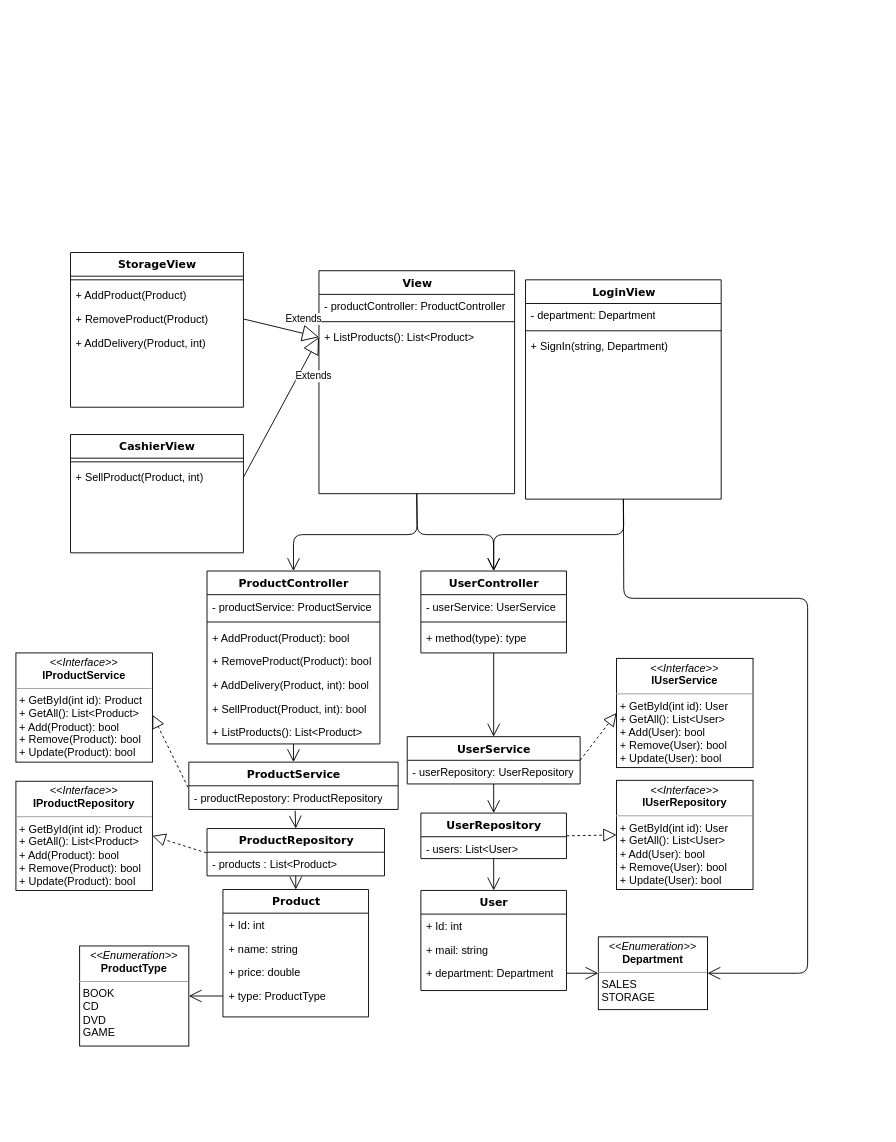
The draw.io diagram ClassDiagram_MediaShop.drawio in fabianfroding/.net-forms, before the edit. Source tidied: cells renumbered, new cells numbered last; positions are measured from the earlier drawing's top-left corner, leaving out a move shared by most shapes. Both pictures are drawn from the tidied source at 91%, with x=0, y=0 at pixel (15, 252).
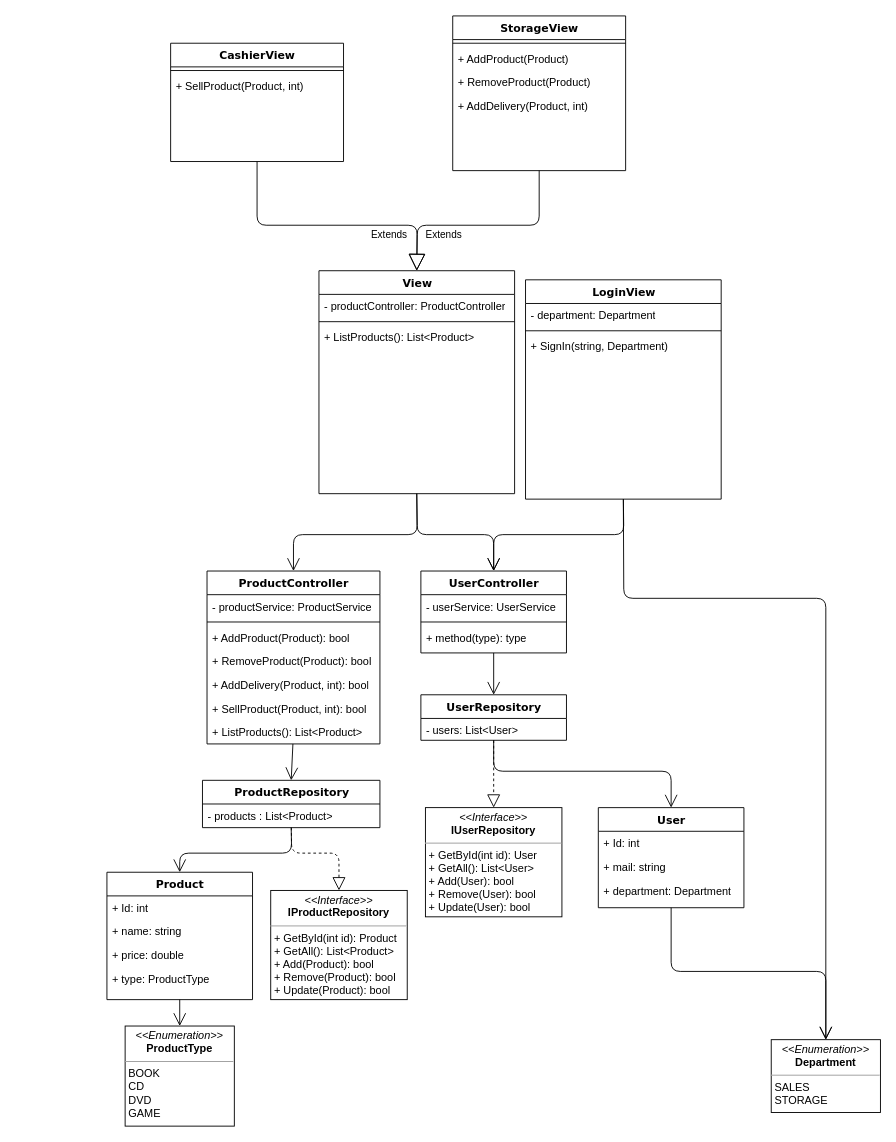
After the change.

Unchanged cells that the change refers to:
```xml
<mxCell id="6" value="+ type: ProductType" style="text;html=1;strokeColor=none;fillColor=none;align=left;verticalAlign=top;spacingLeft=4;spacingRight=4;whiteSpace=wrap;overflow=hidden;points=[[0,0.5],[1,0.5]];portConstraint=eastwest;" parent="2" vertex="1">
  <mxGeometry y="104" width="160" height="26" as="geometry" />
</mxCell>
<mxCell id="7" value="ProductController" style="swimlane;html=1;fontStyle=1;align=center;verticalAlign=top;horizontal=1;startSize=26;swimlaneFillColor=#ffffff;rounded=0;shadow=0;comic=0;labelBackgroundColor=none;strokeWidth=1;fillColor=none;fontFamily=Verdana;fontSize=12;" parent="1" vertex="1">
  <mxGeometry x="210" y="350" width="190" height="190" as="geometry" />
</mxCell>
<mxCell id="14" value="+ ListProducts(): List&amp;lt;Product&amp;gt;" style="text;html=1;strokeColor=none;fillColor=none;align=left;verticalAlign=top;spacingLeft=4;spacingRight=4;whiteSpace=wrap;overflow=hidden;points=[[0,0.5],[1,0.5]];portConstraint=eastwest;" parent="7" vertex="1">
  <mxGeometry y="164" width="190" height="26" as="geometry" />
</mxCell>
<mxCell id="15" value="UserController" style="swimlane;html=1;fontStyle=1;align=center;verticalAlign=top;horizontal=1;startSize=26;swimlaneFillColor=#ffffff;rounded=0;shadow=0;comic=0;labelBackgroundColor=none;strokeWidth=1;fillColor=none;fontFamily=Verdana;fontSize=12;" parent="1" vertex="1">
  <mxGeometry x="445" y="350" width="160" height="90" as="geometry" />
</mxCell>
<mxCell id="19" value="View" style="swimlane;html=1;fontStyle=1;align=center;verticalAlign=top;horizontal=1;startSize=26;swimlaneFillColor=#ffffff;rounded=0;shadow=0;comic=0;labelBackgroundColor=none;strokeWidth=1;fillColor=none;fontFamily=Verdana;fontSize=12;" parent="1" vertex="1">
  <mxGeometry x="333" y="20" width="215" height="245" as="geometry" />
</mxCell>
<mxCell id="22" value="+ ListProducts(): List&amp;lt;Product&amp;gt;" style="text;html=1;strokeColor=none;fillColor=none;align=left;verticalAlign=top;spacingLeft=4;spacingRight=4;whiteSpace=wrap;overflow=hidden;points=[[0,0.5],[1,0.5]];portConstraint=eastwest;" parent="19" vertex="1">
  <mxGeometry y="60" width="215" height="26" as="geometry" />
</mxCell>
<mxCell id="26" value="- products : List&amp;lt;Product&amp;gt;" style="text;html=1;strokeColor=none;fillColor=none;align=left;verticalAlign=top;spacingLeft=4;spacingRight=4;whiteSpace=wrap;overflow=hidden;points=[[0,0.5],[1,0.5]];portConstraint=eastwest;" parent="25" vertex="1">
  <mxGeometry y="26" width="195" height="26" as="geometry" />
</mxCell>
<mxCell id="30" value="- users: List&amp;lt;User&amp;gt;" style="text;html=1;strokeColor=none;fillColor=none;align=left;verticalAlign=top;spacingLeft=4;spacingRight=4;whiteSpace=wrap;overflow=hidden;points=[[0,0.5],[1,0.5]];portConstraint=eastwest;" parent="29" vertex="1">
  <mxGeometry y="26" width="160" height="24" as="geometry" />
</mxCell>
<mxCell id="48" value="+ RemoveProduct(Product)" style="text;html=1;strokeColor=none;fillColor=none;align=left;verticalAlign=top;spacingLeft=4;spacingRight=4;whiteSpace=wrap;overflow=hidden;points=[[0,0.5],[1,0.5]];portConstraint=eastwest;" parent="45" vertex="1">
  <mxGeometry y="60" width="190" height="26" as="geometry" />
</mxCell>
<mxCell id="52" value="+ SellProduct(Product, int)" style="text;html=1;strokeColor=none;fillColor=none;align=left;verticalAlign=top;spacingLeft=4;spacingRight=4;whiteSpace=wrap;overflow=hidden;points=[[0,0.5],[1,0.5]];portConstraint=eastwest;" parent="50" vertex="1">
  <mxGeometry y="34" width="190" height="26" as="geometry" />
</mxCell>
<mxCell id="58" value="+ department: Department" style="text;html=1;strokeColor=none;fillColor=none;align=left;verticalAlign=top;spacingLeft=4;spacingRight=4;whiteSpace=wrap;overflow=hidden;points=[[0,0.5],[1,0.5]];portConstraint=eastwest;" parent="55" vertex="1">
  <mxGeometry y="78" width="160" height="26" as="geometry" />
</mxCell>
<mxCell id="61" value="LoginView" style="swimlane;html=1;fontStyle=1;align=center;verticalAlign=top;horizontal=1;startSize=26;swimlaneFillColor=#ffffff;rounded=0;shadow=0;comic=0;labelBackgroundColor=none;strokeWidth=1;fillColor=none;fontFamily=Verdana;fontSize=12;" parent="1" vertex="1">
  <mxGeometry x="560" y="30" width="215" height="241" as="geometry" />
</mxCell>
```

Change to the diagram source:
```diff
@@
     <mxCell id="2" value="Product" style="swimlane;html=1;fontStyle=1;align=center;verticalAlign=top;horizontal=1;startSize=26;swimlaneFillColor=#ffffff;rounded=0;shadow=0;comic=0;labelBackgroundColor=none;strokeWidth=1;fillColor=none;fontFamily=Verdana;fontSize=12;" parent="1" vertex="1">
-      <mxGeometry x="227.5" y="700" width="160" height="140" as="geometry" />
+      <mxGeometry x="100" y="681" width="160" height="140" as="geometry" />
     </mxCell>
@@
-    <mxCell id="23" value="UserService" style="swimlane;html=1;fontStyle=1;align=center;verticalAlign=top;horizontal=1;startSize=26;swimlaneFillColor=#ffffff;rounded=0;shadow=0;comic=0;labelBackgroundColor=none;strokeWidth=1;fillColor=none;fontFamily=Verdana;fontSize=12;" parent="1" vertex="1">
-      <mxGeometry x="430" y="532" width="190" height="52" as="geometry" />
-    </mxCell>
-    <mxCell id="24" value="- userRepository: UserRepository" style="text;html=1;strokeColor=none;fillColor=none;align=left;verticalAlign=top;spacingLeft=4;spacingRight=4;whiteSpace=wrap;overflow=hidden;points=[[0,0.5],[1,0.5]];portConstraint=eastwest;" parent="23" vertex="1">
-      <mxGeometry y="26" width="190" height="26" as="geometry" />
-    </mxCell>
     <mxCell id="25" value="ProductRepository" style="swimlane;html=1;fontStyle=1;align=center;verticalAlign=top;horizontal=1;startSize=26;swimlaneFillColor=#ffffff;rounded=0;shadow=0;comic=0;labelBackgroundColor=none;strokeWidth=1;fillColor=none;fontFamily=Verdana;fontSize=12;" parent="1" vertex="1">
-      <mxGeometry x="210" y="633" width="195" height="52" as="geometry" />
+      <mxGeometry x="205" y="580" width="195" height="52" as="geometry" />
     </mxCell>
@@
-    <mxCell id="27" value="ProductService" style="swimlane;html=1;fontStyle=1;align=center;verticalAlign=top;horizontal=1;startSize=26;swimlaneFillColor=#ffffff;rounded=0;shadow=0;comic=0;labelBackgroundColor=none;strokeWidth=1;fillColor=none;fontFamily=Verdana;fontSize=12;" parent="1" vertex="1">
-      <mxGeometry x="190" y="560" width="230" height="52" as="geometry" />
-    </mxCell>
-    <mxCell id="28" value="- productRepostory: ProductRepository" style="text;html=1;strokeColor=none;fillColor=none;align=left;verticalAlign=top;spacingLeft=4;spacingRight=4;whiteSpace=wrap;overflow=hidden;points=[[0,0.5],[1,0.5]];portConstraint=eastwest;" parent="27" vertex="1">
-      <mxGeometry y="26" width="230" height="26" as="geometry" />
-    </mxCell>
     <mxCell id="29" value="UserRepository" style="swimlane;html=1;fontStyle=1;align=center;verticalAlign=top;horizontal=1;startSize=26;swimlaneFillColor=#ffffff;rounded=0;shadow=0;comic=0;labelBackgroundColor=none;strokeWidth=1;fillColor=none;fontFamily=Verdana;fontSize=12;" parent="1" vertex="1">
-      <mxGeometry x="445" y="616" width="160" height="50" as="geometry" />
+      <mxGeometry x="445" y="486" width="160" height="50" as="geometry" />
     </mxCell>
@@
-    <mxCell id="31" style="endArrow=open;endFill=1;endSize=12;html=1;entryX=0.5;entryY=0;entryDx=0;entryDy=0;exitX=0.5;exitY=1;exitDx=0;exitDy=0;" parent="1" edge="1" source="7" target="27">
-      <mxGeometry relative="1" as="geometry" />
-    </mxCell>
-    <mxCell id="32" style="endArrow=open;endFill=1;endSize=12;html=1;entryX=0.5;entryY=0;entryDx=0;entryDy=0;exitX=0.508;exitY=1.054;exitDx=0;exitDy=0;exitPerimeter=0;" parent="1" edge="1" source="28" target="25">
+    <mxCell id="32" style="endArrow=open;endFill=1;endSize=12;html=1;entryX=0.5;entryY=0;entryDx=0;entryDy=0;" parent="1" edge="1" source="14" target="25">
       <mxGeometry relative="1" as="geometry" />
     </mxCell>
@@
     <mxCell id="35" style="endArrow=open;endFill=1;endSize=12;html=1;exitX=0.5;exitY=1;exitDx=0;exitDy=0;entryX=0.5;entryY=0;entryDx=0;entryDy=0;" parent="1" edge="1" source="25" target="2">
-      <mxGeometry relative="1" as="geometry" />
+      <mxGeometry relative="1" as="geometry">
+        <Array as="points">
+          <mxPoint x="303" y="660" />
+          <mxPoint x="180" y="660" />
+        </Array>
+      </mxGeometry>
     </mxCell>
-    <mxCell id="36" style="endArrow=open;endFill=1;endSize=12;html=1;exitX=0.5;exitY=1;exitDx=0;exitDy=0;entryX=0.5;entryY=0;entryDx=0;entryDy=0;" parent="1" edge="1" source="15" target="23">
-      <mxGeometry relative="1" as="geometry" />
-    </mxCell>
-    <mxCell id="37" style="endArrow=open;endFill=1;endSize=12;html=1;entryX=0.5;entryY=0;entryDx=0;entryDy=0;" parent="1" edge="1" source="24" target="29">
+    <mxCell id="37" style="endArrow=open;endFill=1;endSize=12;html=1;entryX=0.5;entryY=0;entryDx=0;entryDy=0;exitX=0.5;exitY=1;exitDx=0;exitDy=0;" parent="1" edge="1" source="15" target="29">
       <mxGeometry relative="1" as="geometry" />
     </mxCell>
     <mxCell id="38" style="endArrow=open;endFill=1;endSize=12;html=1;entryX=0.5;entryY=0;entryDx=0;entryDy=0;" parent="1" edge="1" source="30" target="55">
-      <mxGeometry relative="1" as="geometry" />
+      <mxGeometry relative="1" as="geometry">
+        <Array as="points">
+          <mxPoint x="525" y="570" />
+          <mxPoint x="720" y="570" />
+        </Array>
+      </mxGeometry>
     </mxCell>
     <mxCell id="39" value="&lt;p style=&quot;margin: 0px ; margin-top: 4px ; text-align: center&quot;&gt;&lt;i&gt;&amp;lt;&amp;lt;Interface&amp;gt;&amp;gt;&lt;/i&gt;&lt;br&gt;&lt;b&gt;IProductRepository&lt;/b&gt;&lt;/p&gt;&lt;hr size=&quot;1&quot;&gt;&lt;p style=&quot;margin: 0px ; margin-left: 4px&quot;&gt;+ GetById(int id): Product&lt;/p&gt;&lt;p style=&quot;margin: 0px ; margin-left: 4px&quot;&gt;+ GetAll(): List&amp;lt;Product&amp;gt;&lt;/p&gt;&lt;p style=&quot;margin: 0px ; margin-left: 4px&quot;&gt;+ Add(Product): bool&lt;/p&gt;&lt;p style=&quot;margin: 0px ; margin-left: 4px&quot;&gt;+ Remove(Product): bool&lt;/p&gt;&lt;p style=&quot;margin: 0px ; margin-left: 4px&quot;&gt;+ Update(Product): bool&lt;/p&gt;" style="verticalAlign=top;align=left;overflow=fill;fontSize=12;fontFamily=Helvetica;html=1;" parent="1" vertex="1">
-      <mxGeometry y="581" width="150" height="120" as="geometry" />
+      <mxGeometry x="280" y="701" width="150" height="120" as="geometry" />
     </mxCell>
-    <mxCell id="40" style="endArrow=block;dashed=1;endFill=0;endSize=12;html=1;entryX=1;entryY=0.5;entryDx=0;entryDy=0;exitX=-0.003;exitY=0.031;exitDx=0;exitDy=0;exitPerimeter=0;" parent="1" edge="1" source="26" target="39">
-      <mxGeometry relative="1" as="geometry" />
+    <mxCell id="40" style="endArrow=block;dashed=1;endFill=0;endSize=12;html=1;entryX=0.5;entryY=0;entryDx=0;entryDy=0;" parent="1" edge="1" source="26" target="39">
+      <mxGeometry relative="1" as="geometry">
+        <Array as="points">
+          <mxPoint x="303" y="660" />
+          <mxPoint x="355" y="660" />
+        </Array>
+      </mxGeometry>
     </mxCell>
-    <mxCell id="41" style="endArrow=block;dashed=1;endFill=0;endSize=12;html=1;exitX=-0.004;exitY=0.064;exitDx=0;exitDy=0;exitPerimeter=0;entryX=1;entryY=0.567;entryDx=0;entryDy=0;entryPerimeter=0;" parent="1" edge="1" source="28" target="43">
-      <mxGeometry relative="1" as="geometry" />
-    </mxCell>
     <mxCell id="42" value="&lt;p style=&quot;margin: 0px ; margin-top: 4px ; text-align: center&quot;&gt;&lt;i&gt;&amp;lt;&amp;lt;Enumeration&amp;gt;&amp;gt;&lt;/i&gt;&lt;br&gt;&lt;b&gt;ProductType&lt;/b&gt;&lt;/p&gt;&lt;hr size=&quot;1&quot;&gt;&lt;p style=&quot;margin: 0px ; margin-left: 4px&quot;&gt;BOOK&lt;/p&gt;&lt;p style=&quot;margin: 0px ; margin-left: 4px&quot;&gt;CD&lt;/p&gt;&lt;p style=&quot;margin: 0px ; margin-left: 4px&quot;&gt;DVD&lt;/p&gt;&lt;p style=&quot;margin: 0px ; margin-left: 4px&quot;&gt;GAME&lt;/p&gt;" style="verticalAlign=top;align=left;overflow=fill;fontSize=12;fontFamily=Helvetica;html=1;" parent="1" vertex="1">
-      <mxGeometry x="70" y="762" width="120" height="110" as="geometry" />
+      <mxGeometry x="120" y="850" width="120" height="110" as="geometry" />
     </mxCell>
-    <mxCell id="43" value="&lt;p style=&quot;margin: 0px ; margin-top: 4px ; text-align: center&quot;&gt;&lt;i&gt;&amp;lt;&amp;lt;Interface&amp;gt;&amp;gt;&lt;/i&gt;&lt;br&gt;&lt;b&gt;IProductService&lt;/b&gt;&lt;/p&gt;&lt;hr size=&quot;1&quot;&gt;&lt;p style=&quot;margin: 0px ; margin-left: 4px&quot;&gt;+ GetById(int id): Product&lt;/p&gt;&lt;p style=&quot;margin: 0px ; margin-left: 4px&quot;&gt;+ GetAll(): List&amp;lt;Product&amp;gt;&lt;/p&gt;&lt;p style=&quot;margin: 0px ; margin-left: 4px&quot;&gt;+ Add(Product): bool&lt;/p&gt;&lt;p style=&quot;margin: 0px ; margin-left: 4px&quot;&gt;+ Remove(Product): bool&lt;/p&gt;&lt;p style=&quot;margin: 0px ; margin-left: 4px&quot;&gt;+ Update(Product): bool&lt;/p&gt;" style="verticalAlign=top;align=left;overflow=fill;fontSize=12;fontFamily=Helvetica;html=1;" parent="1" vertex="1">
-      <mxGeometry y="440" width="150" height="120" as="geometry" />
-    </mxCell>
-    <mxCell id="44" style="endArrow=open;endFill=1;endSize=12;html=1;entryX=1;entryY=0.5;entryDx=0;entryDy=0;exitX=0;exitY=0.5;exitDx=0;exitDy=0;" parent="1" edge="1" source="6" target="42">
+    <mxCell id="44" style="endArrow=open;endFill=1;endSize=12;html=1;entryX=0.5;entryY=0;entryDx=0;entryDy=0;exitX=0.5;exitY=1;exitDx=0;exitDy=0;" parent="1" edge="1" source="2" target="42">
       <mxGeometry relative="1" as="geometry" />
     </mxCell>
     <mxCell id="45" value="StorageView" style="swimlane;html=1;fontStyle=1;align=center;verticalAlign=top;horizontal=1;startSize=26;swimlaneFillColor=#ffffff;rounded=0;shadow=0;comic=0;labelBackgroundColor=none;strokeWidth=1;fillColor=none;fontFamily=Verdana;fontSize=12;" parent="1" vertex="1">
-      <mxGeometry x="60" width="190" height="170" as="geometry" />
+      <mxGeometry x="480" y="-260" width="190" height="170" as="geometry" />
     </mxCell>
@@
     <mxCell id="50" value="CashierView" style="swimlane;html=1;fontStyle=1;align=center;verticalAlign=top;horizontal=1;startSize=26;swimlaneFillColor=#ffffff;rounded=0;shadow=0;comic=0;labelBackgroundColor=none;strokeWidth=1;fillColor=none;fontFamily=Verdana;fontSize=12;" parent="1" vertex="1">
-      <mxGeometry x="60" y="200" width="190" height="130" as="geometry" />
+      <mxGeometry x="170" y="-230" width="190" height="130" as="geometry" />
     </mxCell>
@@
-    <mxCell id="53" value="Extends" style="endArrow=block;endSize=16;endFill=0;html=1;exitX=1;exitY=0.5;exitDx=0;exitDy=0;entryX=0;entryY=0.5;entryDx=0;entryDy=0;" parent="1" edge="1" source="48" target="22">
-      <mxGeometry x="0.5" y="15" relative="1" as="geometry" />
+    <mxCell id="53" value="Extends" style="endArrow=block;endSize=16;endFill=0;html=1;exitX=0.5;exitY=1;exitDx=0;exitDy=0;entryX=0.5;entryY=0;entryDx=0;entryDy=0;" parent="1" edge="1" source="45" target="19">
+      <mxGeometry x="0.35" y="10" relative="1" as="geometry">
+        <Array as="points">
+          <mxPoint x="575" y="-30" />
+          <mxPoint x="441" y="-30" />
+        </Array>
+      </mxGeometry>
     </mxCell>
-    <mxCell id="54" value="Extends" style="endArrow=block;endSize=16;endFill=0;html=1;exitX=1;exitY=0.5;exitDx=0;exitDy=0;entryX=0;entryY=0.5;entryDx=0;entryDy=0;" parent="1" edge="1" source="52" target="22">
-      <mxGeometry x="0.53" y="-15" relative="1" as="geometry" />
+    <mxCell id="54" value="Extends" style="endArrow=block;endSize=16;endFill=0;html=1;exitX=0.5;exitY=1;exitDx=0;exitDy=0;entryX=0.5;entryY=0;entryDx=0;entryDy=0;" parent="1" edge="1" source="50" target="19">
+      <mxGeometry x="0.45" y="-10" relative="1" as="geometry">
+        <Array as="points">
+          <mxPoint x="265" y="-30" />
+          <mxPoint x="441" y="-30" />
+        </Array>
+      </mxGeometry>
     </mxCell>
     <mxCell id="55" value="User" style="swimlane;html=1;fontStyle=1;align=center;verticalAlign=top;horizontal=1;startSize=26;swimlaneFillColor=#ffffff;rounded=0;shadow=0;comic=0;labelBackgroundColor=none;strokeWidth=1;fillColor=none;fontFamily=Verdana;fontSize=12;" parent="1" vertex="1">
-      <mxGeometry x="445" y="701" width="160" height="110" as="geometry" />
+      <mxGeometry x="640" y="610" width="160" height="110" as="geometry" />
     </mxCell>
@@
     <mxCell id="59" value="&lt;p style=&quot;margin: 0px ; margin-top: 4px ; text-align: center&quot;&gt;&lt;i&gt;&amp;lt;&amp;lt;Enumeration&amp;gt;&amp;gt;&lt;/i&gt;&lt;br&gt;&lt;b&gt;Department&lt;/b&gt;&lt;/p&gt;&lt;hr size=&quot;1&quot;&gt;&lt;p style=&quot;margin: 0px ; margin-left: 4px&quot;&gt;SALES&lt;/p&gt;&lt;p style=&quot;margin: 0px ; margin-left: 4px&quot;&gt;&lt;span&gt;STORAGE&lt;/span&gt;&lt;/p&gt;" style="verticalAlign=top;align=left;overflow=fill;fontSize=12;fontFamily=Helvetica;html=1;" parent="1" vertex="1">
-      <mxGeometry x="640" y="752" width="120" height="80" as="geometry" />
+      <mxGeometry x="830" y="865" width="120" height="80" as="geometry" />
     </mxCell>
-    <mxCell id="60" style="endArrow=open;endFill=1;endSize=12;html=1;entryX=0;entryY=0.5;entryDx=0;entryDy=0;exitX=1;exitY=0.5;exitDx=0;exitDy=0;" parent="1" edge="1" source="58" target="59">
-      <mxGeometry relative="1" as="geometry" />
+    <mxCell id="60" style="endArrow=open;endFill=1;endSize=12;html=1;exitX=0.5;exitY=1;exitDx=0;exitDy=0;" parent="1" edge="1" source="55" target="59">
+      <mxGeometry relative="1" as="geometry">
+        <Array as="points">
+          <mxPoint x="720" y="790" />
+          <mxPoint x="890" y="790" />
+        </Array>
+      </mxGeometry>
     </mxCell>
@@
     <mxCell id="66" value="&lt;p style=&quot;margin: 0px ; margin-top: 4px ; text-align: center&quot;&gt;&lt;i&gt;&amp;lt;&amp;lt;Interface&amp;gt;&amp;gt;&lt;/i&gt;&lt;br&gt;&lt;b&gt;IUserRepository&lt;/b&gt;&lt;/p&gt;&lt;hr size=&quot;1&quot;&gt;&lt;p style=&quot;margin: 0px ; margin-left: 4px&quot;&gt;+ GetById(int id): User&lt;/p&gt;&lt;p style=&quot;margin: 0px ; margin-left: 4px&quot;&gt;+ GetAll(): List&amp;lt;User&amp;gt;&lt;/p&gt;&lt;p style=&quot;margin: 0px ; margin-left: 4px&quot;&gt;+ Add(User): bool&lt;/p&gt;&lt;p style=&quot;margin: 0px ; margin-left: 4px&quot;&gt;+ Remove(User): bool&lt;/p&gt;&lt;p style=&quot;margin: 0px ; margin-left: 4px&quot;&gt;+ Update(User): bool&lt;/p&gt;" style="verticalAlign=top;align=left;overflow=fill;fontSize=12;fontFamily=Helvetica;html=1;" parent="1" vertex="1">
-      <mxGeometry x="660" y="580" width="150" height="120" as="geometry" />
+      <mxGeometry x="450" y="610" width="150" height="120" as="geometry" />
     </mxCell>
-    <mxCell id="67" value="&lt;p style=&quot;margin: 0px ; margin-top: 4px ; text-align: center&quot;&gt;&lt;i&gt;&amp;lt;&amp;lt;Interface&amp;gt;&amp;gt;&lt;/i&gt;&lt;br&gt;&lt;b&gt;IUserService&lt;/b&gt;&lt;/p&gt;&lt;hr size=&quot;1&quot;&gt;&lt;p style=&quot;margin: 0px ; margin-left: 4px&quot;&gt;+ GetById(int id): User&lt;/p&gt;&lt;p style=&quot;margin: 0px ; margin-left: 4px&quot;&gt;+ GetAll(): List&amp;lt;User&amp;gt;&lt;/p&gt;&lt;p style=&quot;margin: 0px ; margin-left: 4px&quot;&gt;+ Add(User): bool&lt;/p&gt;&lt;p style=&quot;margin: 0px ; margin-left: 4px&quot;&gt;+ Remove(User): bool&lt;/p&gt;&lt;p style=&quot;margin: 0px ; margin-left: 4px&quot;&gt;+ Update(User): bool&lt;/p&gt;" style="verticalAlign=top;align=left;overflow=fill;fontSize=12;fontFamily=Helvetica;html=1;" parent="1" vertex="1">
-      <mxGeometry x="660" y="446" width="150" height="120" as="geometry" />
-    </mxCell>
-    <mxCell id="68" style="endArrow=block;dashed=1;endFill=0;endSize=12;html=1;exitX=1;exitY=0.5;exitDx=0;exitDy=0;entryX=0;entryY=0.5;entryDx=0;entryDy=0;" parent="1" edge="1" source="23" target="67">
-      <mxGeometry relative="1" as="geometry" />
-    </mxCell>
-    <mxCell id="69" style="endArrow=block;dashed=1;endFill=0;endSize=12;html=1;entryX=0;entryY=0.5;entryDx=0;entryDy=0;exitX=1;exitY=0.5;exitDx=0;exitDy=0;" parent="1" edge="1" source="29" target="66">
+    <mxCell id="69" style="endArrow=block;dashed=1;endFill=0;endSize=12;html=1;entryX=0.5;entryY=0;entryDx=0;entryDy=0;" parent="1" edge="1" source="30" target="66">
       <mxGeometry relative="1" as="geometry" />
     </mxCell>
-    <mxCell id="70" style="endArrow=open;endFill=1;endSize=12;html=1;exitX=0.5;exitY=1;exitDx=0;exitDy=0;entryX=1;entryY=0.5;entryDx=0;entryDy=0;" parent="1" edge="1" source="61" target="59">
+    <mxCell id="70" style="endArrow=open;endFill=1;endSize=12;html=1;exitX=0.5;exitY=1;exitDx=0;exitDy=0;entryX=0.5;entryY=0;entryDx=0;entryDy=0;" parent="1" edge="1" source="61" target="59">
       <mxGeometry relative="1" as="geometry">
         <Array as="points">
           <mxPoint x="668" y="380" />
-          <mxPoint x="870" y="380" />
-          <mxPoint x="870" y="792" />
+          <mxPoint x="890" y="380" />
         </Array>
       </mxGeometry>
     </mxCell>
```
